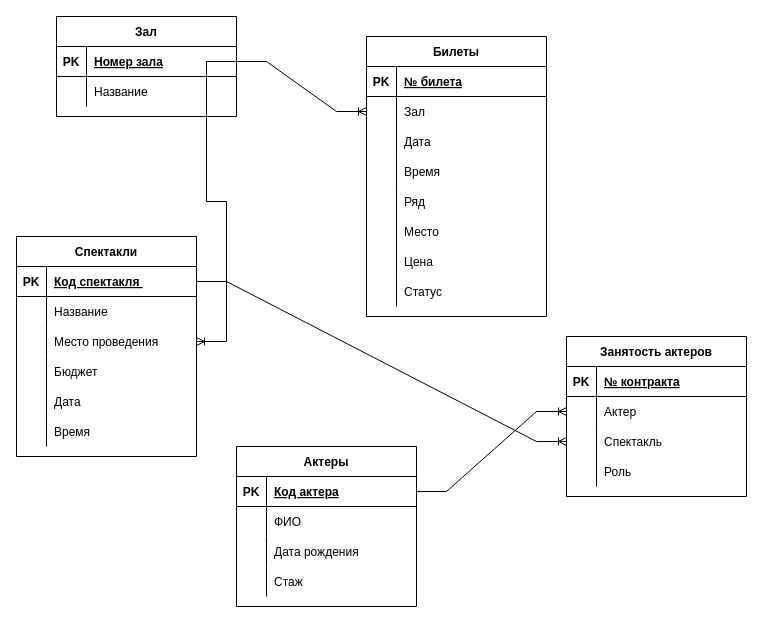
MakarovIS/Data-base keeps this draw.io diagram as page "Страница 1" (1 of 2) of База данных театра.drawio. Above is the earlier version. Source tidied: cells renumbered, new cells numbered last; positions are measured from the earlier drawing's top-left corner, leaving out a move shared by most shapes. Both pictures are drawn from the tidied source at 100%, with x=0, y=0 at pixel (16, 16).
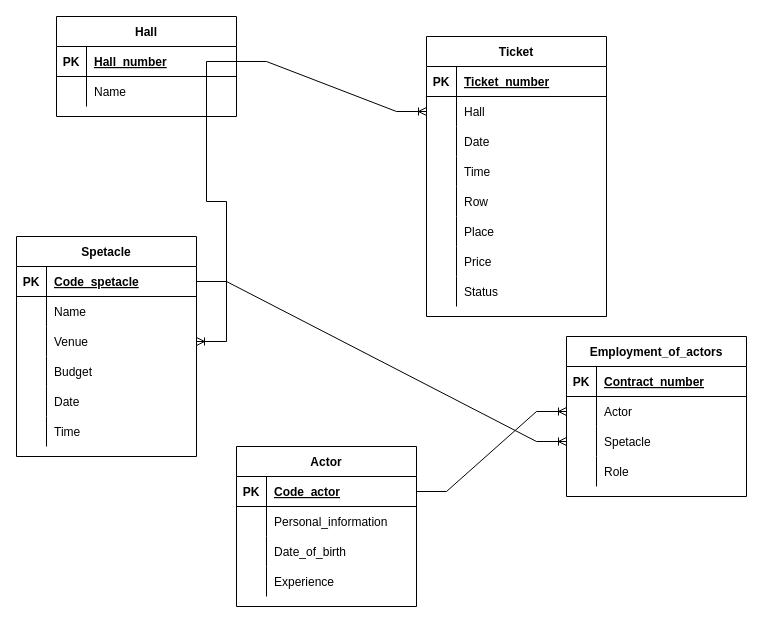
The same page after the edit.

Unchanged cells that the change refers to:
```xml
<mxCell id="3" style="shape=tableRow;horizontal=0;startSize=0;swimlaneHead=0;swimlaneBody=0;fillColor=none;points=[[0,0.5],[1,0.5]];portConstraint=eastwest;top=0;left=0;right=0;bottom=1;" parent="2" vertex="1">
  <mxGeometry y="30" width="180" height="30" as="geometry" />
</mxCell>
<mxCell id="6" style="shape=tableRow;horizontal=0;startSize=0;swimlaneHead=0;swimlaneBody=0;fillColor=none;top=0;left=0;right=0;bottom=0;" parent="2" vertex="1">
  <mxGeometry y="60" width="180" height="30" as="geometry" />
</mxCell>
<mxCell id="9" style="shape=tableRow;horizontal=0;startSize=0;swimlaneHead=0;swimlaneBody=0;fillColor=none;top=0;left=0;right=0;bottom=0;" parent="2" vertex="1">
  <mxGeometry y="90" width="180" height="30" as="geometry" />
</mxCell>
<mxCell id="12" style="shape=tableRow;horizontal=0;startSize=0;swimlaneHead=0;swimlaneBody=0;fillColor=none;top=0;left=0;right=0;bottom=0;" parent="2" vertex="1">
  <mxGeometry y="120" width="180" height="30" as="geometry" />
</mxCell>
<mxCell id="16" style="shape=tableRow;horizontal=0;startSize=0;swimlaneHead=0;swimlaneBody=0;fillColor=none;top=0;left=0;right=0;bottom=1;" parent="15" vertex="1">
  <mxGeometry y="30" width="180" height="30" as="geometry" />
</mxCell>
<mxCell id="19" style="shape=tableRow;horizontal=0;startSize=0;swimlaneHead=0;swimlaneBody=0;fillColor=none;points=[[0,0.5],[1,0.5]];portConstraint=eastwest;top=0;left=0;right=0;bottom=0;" parent="15" vertex="1">
  <mxGeometry y="60" width="180" height="30" as="geometry" />
</mxCell>
<mxCell id="22" style="shape=tableRow;horizontal=0;startSize=0;swimlaneHead=0;swimlaneBody=0;fillColor=none;points=[[0,0.5],[1,0.5]];portConstraint=eastwest;top=0;left=0;right=0;bottom=0;" parent="15" vertex="1">
  <mxGeometry y="90" width="180" height="30" as="geometry" />
</mxCell>
<mxCell id="25" style="shape=tableRow;horizontal=0;startSize=0;swimlaneHead=0;swimlaneBody=0;fillColor=none;top=0;left=0;right=0;bottom=0;" parent="15" vertex="1">
  <mxGeometry y="120" width="180" height="30" as="geometry" />
</mxCell>
<mxCell id="29" style="shape=tableRow;horizontal=0;startSize=0;swimlaneHead=0;swimlaneBody=0;fillColor=none;points=[[0,0.5],[1,0.5]];portConstraint=eastwest;top=0;left=0;right=0;bottom=1;" parent="28" vertex="1">
  <mxGeometry y="30" width="180" height="30" as="geometry" />
</mxCell>
<mxCell id="32" style="shape=tableRow;horizontal=0;startSize=0;swimlaneHead=0;swimlaneBody=0;fillColor=none;top=0;left=0;right=0;bottom=0;" parent="28" vertex="1">
  <mxGeometry y="60" width="180" height="30" as="geometry" />
</mxCell>
<mxCell id="35" style="shape=tableRow;horizontal=0;startSize=0;swimlaneHead=0;swimlaneBody=0;fillColor=none;points=[[0,0.5],[1,0.5]];portConstraint=eastwest;top=0;left=0;right=0;bottom=0;" parent="28" vertex="1">
  <mxGeometry y="90" width="180" height="30" as="geometry" />
</mxCell>
<mxCell id="38" style="shape=tableRow;horizontal=0;startSize=0;swimlaneHead=0;swimlaneBody=0;fillColor=none;top=0;left=0;right=0;bottom=0;" parent="28" vertex="1">
  <mxGeometry y="120" width="180" height="30" as="geometry" />
</mxCell>
<mxCell id="41" style="shape=tableRow;horizontal=0;startSize=0;swimlaneHead=0;swimlaneBody=0;fillColor=none;top=0;left=0;right=0;bottom=0;" parent="28" vertex="1">
  <mxGeometry y="150" width="180" height="30" as="geometry" />
</mxCell>
<mxCell id="44" style="shape=tableRow;horizontal=0;startSize=0;swimlaneHead=0;swimlaneBody=0;fillColor=none;top=0;left=0;right=0;bottom=0;" parent="28" vertex="1">
  <mxGeometry y="180" width="180" height="30" as="geometry" />
</mxCell>
<mxCell id="48" style="shape=tableRow;horizontal=0;startSize=0;swimlaneHead=0;swimlaneBody=0;fillColor=none;top=0;left=0;right=0;bottom=1;" parent="47" vertex="1">
  <mxGeometry y="30" width="180" height="30" as="geometry" />
</mxCell>
<mxCell id="51" style="shape=tableRow;horizontal=0;startSize=0;swimlaneHead=0;swimlaneBody=0;fillColor=none;points=[[0,0.5],[1,0.5]];portConstraint=eastwest;top=0;left=0;right=0;bottom=0;" parent="47" vertex="1">
  <mxGeometry y="60" width="180" height="30" as="geometry" />
</mxCell>
<mxCell id="54" style="shape=tableRow;horizontal=0;startSize=0;swimlaneHead=0;swimlaneBody=0;fillColor=none;top=0;left=0;right=0;bottom=0;" parent="47" vertex="1">
  <mxGeometry y="90" width="180" height="30" as="geometry" />
</mxCell>
<mxCell id="57" style="shape=tableRow;horizontal=0;startSize=0;swimlaneHead=0;swimlaneBody=0;fillColor=none;top=0;left=0;right=0;bottom=0;" parent="47" vertex="1">
  <mxGeometry y="120" width="180" height="30" as="geometry" />
</mxCell>
<mxCell id="60" style="shape=tableRow;horizontal=0;startSize=0;swimlaneHead=0;swimlaneBody=0;fillColor=none;top=0;left=0;right=0;bottom=0;" parent="47" vertex="1">
  <mxGeometry y="150" width="180" height="30" as="geometry" />
</mxCell>
<mxCell id="63" style="shape=tableRow;horizontal=0;startSize=0;swimlaneHead=0;swimlaneBody=0;fillColor=none;top=0;left=0;right=0;bottom=0;" parent="47" vertex="1">
  <mxGeometry y="180" width="180" height="30" as="geometry" />
</mxCell>
<mxCell id="66" style="shape=tableRow;horizontal=0;startSize=0;swimlaneHead=0;swimlaneBody=0;fillColor=none;top=0;left=0;right=0;bottom=0;" parent="47" vertex="1">
  <mxGeometry y="210" width="180" height="30" as="geometry" />
</mxCell>
<mxCell id="69" style="shape=tableRow;horizontal=0;startSize=0;swimlaneHead=0;swimlaneBody=0;fillColor=none;top=0;left=0;right=0;bottom=0;" parent="47" vertex="1">
  <mxGeometry y="240" width="180" height="30" as="geometry" />
</mxCell>
<mxCell id="73" style="shape=tableRow;horizontal=0;startSize=0;swimlaneHead=0;swimlaneBody=0;fillColor=none;points=[[0,0.5],[1,0.5]];portConstraint=eastwest;top=0;left=0;right=0;bottom=1;" parent="72" vertex="1">
  <mxGeometry y="30" width="180" height="30" as="geometry" />
</mxCell>
<mxCell id="76" style="shape=tableRow;horizontal=0;startSize=0;swimlaneHead=0;swimlaneBody=0;fillColor=none;top=0;left=0;right=0;bottom=0;" parent="72" vertex="1">
  <mxGeometry y="60" width="180" height="30" as="geometry" />
</mxCell>
```

Change to the diagram source:
```diff
@@
-    <mxCell id="2" value="Актеры" style="shape=table;startSize=30;childLayout=tableLayout;rowLines=0;fontStyle=1;align=center;" parent="1" vertex="1">
+    <mxCell id="2" value="Actor" style="shape=table;startSize=30;childLayout=tableLayout;rowLines=0;fontStyle=1;align=center;" parent="1" vertex="1">
       <mxGeometry x="220" y="430" width="180" height="160" as="geometry" />
     </mxCell>
@@
-    <mxCell id="5" value="Код актера" style="shape=partialRectangle;fillColor=none;top=0;left=0;bottom=0;right=0;align=left;spacingLeft=6;fontStyle=5;overflow=hidden;" parent="3" vertex="1">
+    <mxCell id="5" value="Code_actor" style="shape=partialRectangle;fillColor=none;top=0;left=0;bottom=0;right=0;align=left;spacingLeft=6;fontStyle=5;overflow=hidden;" parent="3" vertex="1">
       <mxGeometry x="30" width="150" height="30" as="geometry" />
     </mxCell>
@@
-    <mxCell id="8" value="ФИО" style="shape=partialRectangle;fillColor=none;top=0;left=0;bottom=0;right=0;align=left;spacingLeft=6;overflow=hidden;" parent="6" vertex="1">
+    <mxCell id="8" value="Personal_information" style="shape=partialRectangle;fillColor=none;top=0;left=0;bottom=0;right=0;align=left;spacingLeft=6;overflow=hidden;" parent="6" vertex="1">
       <mxGeometry x="30" width="150" height="30" as="geometry" />
     </mxCell>
@@
-    <mxCell id="11" value="Дата рождения" style="shape=partialRectangle;fillColor=none;top=0;left=0;bottom=0;right=0;align=left;spacingLeft=6;overflow=hidden;" parent="9" vertex="1">
+    <mxCell id="11" value="Date_of_birth" style="shape=partialRectangle;fillColor=none;top=0;left=0;bottom=0;right=0;align=left;spacingLeft=6;overflow=hidden;" parent="9" vertex="1">
       <mxGeometry x="30" width="150" height="30" as="geometry" />
     </mxCell>
@@
-    <mxCell id="14" value="Стаж" style="shape=partialRectangle;fillColor=none;top=0;left=0;bottom=0;right=0;align=left;spacingLeft=6;overflow=hidden;" parent="12" vertex="1">
+    <mxCell id="14" value="Experience" style="shape=partialRectangle;fillColor=none;top=0;left=0;bottom=0;right=0;align=left;spacingLeft=6;overflow=hidden;" parent="12" vertex="1">
       <mxGeometry x="30" width="150" height="30" as="geometry" />
     </mxCell>
-    <mxCell id="15" value="Занятость актеров" style="shape=table;startSize=30;childLayout=tableLayout;rowLines=0;fontStyle=1;align=center;" parent="1" vertex="1">
+    <mxCell id="15" value="Employment_of_actors" style="shape=table;startSize=30;childLayout=tableLayout;rowLines=0;fontStyle=1;align=center;" parent="1" vertex="1">
       <mxGeometry x="550" y="320" width="180" height="160" as="geometry" />
     </mxCell>
@@
-    <mxCell id="18" value="№ контракта" style="shape=partialRectangle;fillColor=none;top=0;left=0;bottom=0;right=0;align=left;spacingLeft=6;fontStyle=5;overflow=hidden;" parent="16" vertex="1">
+    <mxCell id="18" value="Contract_number" style="shape=partialRectangle;fillColor=none;top=0;left=0;bottom=0;right=0;align=left;spacingLeft=6;fontStyle=5;overflow=hidden;" parent="16" vertex="1">
       <mxGeometry x="30" width="150" height="30" as="geometry" />
     </mxCell>
@@
-    <mxCell id="21" value="Актер" style="shape=partialRectangle;fillColor=none;top=0;left=0;bottom=0;right=0;align=left;spacingLeft=6;overflow=hidden;" parent="19" vertex="1">
+    <mxCell id="21" value="Actor" style="shape=partialRectangle;fillColor=none;top=0;left=0;bottom=0;right=0;align=left;spacingLeft=6;overflow=hidden;" parent="19" vertex="1">
       <mxGeometry x="30" width="150" height="30" as="geometry" />
     </mxCell>
@@
-    <mxCell id="24" value="Спектакль" style="shape=partialRectangle;fillColor=none;top=0;left=0;bottom=0;right=0;align=left;spacingLeft=6;overflow=hidden;" parent="22" vertex="1">
+    <mxCell id="24" value="Spetacle" style="shape=partialRectangle;fillColor=none;top=0;left=0;bottom=0;right=0;align=left;spacingLeft=6;overflow=hidden;" parent="22" vertex="1">
       <mxGeometry x="30" width="150" height="30" as="geometry" />
     </mxCell>
@@
-    <mxCell id="27" value="Роль" style="shape=partialRectangle;fillColor=none;top=0;left=0;bottom=0;right=0;align=left;spacingLeft=6;overflow=hidden;" parent="25" vertex="1">
+    <mxCell id="27" value="Role" style="shape=partialRectangle;fillColor=none;top=0;left=0;bottom=0;right=0;align=left;spacingLeft=6;overflow=hidden;" parent="25" vertex="1">
       <mxGeometry x="30" width="150" height="30" as="geometry" />
     </mxCell>
-    <mxCell id="28" value="Спектакли" style="shape=table;startSize=30;childLayout=tableLayout;rowLines=0;fontStyle=1;align=center;" parent="1" vertex="1">
+    <mxCell id="28" value="Spetacle" style="shape=table;startSize=30;childLayout=tableLayout;rowLines=0;fontStyle=1;align=center;" parent="1" vertex="1">
       <mxGeometry y="220" width="180" height="220" as="geometry" />
     </mxCell>
@@
-    <mxCell id="31" value="Код спектакля " style="shape=partialRectangle;fillColor=none;top=0;left=0;bottom=0;right=0;align=left;spacingLeft=6;fontStyle=5;overflow=hidden;" parent="29" vertex="1">
+    <mxCell id="31" value="Code_spetacle" style="shape=partialRectangle;fillColor=none;top=0;left=0;bottom=0;right=0;align=left;spacingLeft=6;fontStyle=5;overflow=hidden;" parent="29" vertex="1">
       <mxGeometry x="30" width="150" height="30" as="geometry" />
     </mxCell>
@@
-    <mxCell id="34" value="Название" style="shape=partialRectangle;fillColor=none;top=0;left=0;bottom=0;right=0;align=left;spacingLeft=6;overflow=hidden;" parent="32" vertex="1">
+    <mxCell id="34" value="Name" style="shape=partialRectangle;fillColor=none;top=0;left=0;bottom=0;right=0;align=left;spacingLeft=6;overflow=hidden;" parent="32" vertex="1">
       <mxGeometry x="30" width="150" height="30" as="geometry" />
     </mxCell>
@@
-    <mxCell id="37" value="Место проведения" style="shape=partialRectangle;fillColor=none;top=0;left=0;bottom=0;right=0;align=left;spacingLeft=6;overflow=hidden;" parent="35" vertex="1">
+    <mxCell id="37" value="Venue" style="shape=partialRectangle;fillColor=none;top=0;left=0;bottom=0;right=0;align=left;spacingLeft=6;overflow=hidden;" parent="35" vertex="1">
       <mxGeometry x="30" width="150" height="30" as="geometry" />
     </mxCell>
@@
-    <mxCell id="40" value="Бюджет" style="shape=partialRectangle;fillColor=none;top=0;left=0;bottom=0;right=0;align=left;spacingLeft=6;overflow=hidden;" parent="38" vertex="1">
+    <mxCell id="40" value="Budget" style="shape=partialRectangle;fillColor=none;top=0;left=0;bottom=0;right=0;align=left;spacingLeft=6;overflow=hidden;" parent="38" vertex="1">
       <mxGeometry x="30" width="150" height="30" as="geometry" />
     </mxCell>
@@
-    <mxCell id="43" value="Дата" style="shape=partialRectangle;fillColor=none;top=0;left=0;bottom=0;right=0;align=left;spacingLeft=6;overflow=hidden;" parent="41" vertex="1">
+    <mxCell id="43" value="Date" style="shape=partialRectangle;fillColor=none;top=0;left=0;bottom=0;right=0;align=left;spacingLeft=6;overflow=hidden;" parent="41" vertex="1">
       <mxGeometry x="30" width="150" height="30" as="geometry" />
     </mxCell>
@@
-    <mxCell id="46" value="Время" style="shape=partialRectangle;fillColor=none;top=0;left=0;bottom=0;right=0;align=left;spacingLeft=6;overflow=hidden;" parent="44" vertex="1">
+    <mxCell id="46" value="Time" style="shape=partialRectangle;fillColor=none;top=0;left=0;bottom=0;right=0;align=left;spacingLeft=6;overflow=hidden;" parent="44" vertex="1">
       <mxGeometry x="30" width="150" height="30" as="geometry" />
     </mxCell>
-    <mxCell id="47" value="Билеты" style="shape=table;startSize=30;childLayout=tableLayout;rowLines=0;fontStyle=1;align=center;" parent="1" vertex="1">
-      <mxGeometry x="350" y="20" width="180" height="280" as="geometry" />
+    <mxCell id="47" value="Ticket" style="shape=table;startSize=30;childLayout=tableLayout;rowLines=0;fontStyle=1;align=center;" parent="1" vertex="1">
+      <mxGeometry x="410" y="20" width="180" height="280" as="geometry" />
     </mxCell>
@@
-    <mxCell id="50" value="№ билета" style="shape=partialRectangle;fillColor=none;top=0;left=0;bottom=0;right=0;align=left;spacingLeft=6;fontStyle=5;overflow=hidden;" parent="48" vertex="1">
+    <mxCell id="50" value="Ticket_number" style="shape=partialRectangle;fillColor=none;top=0;left=0;bottom=0;right=0;align=left;spacingLeft=6;fontStyle=5;overflow=hidden;" parent="48" vertex="1">
       <mxGeometry x="30" width="150" height="30" as="geometry" />
     </mxCell>
@@
-    <mxCell id="53" value="Зал" style="shape=partialRectangle;fillColor=none;top=0;left=0;bottom=0;right=0;align=left;spacingLeft=6;overflow=hidden;" parent="51" vertex="1">
+    <mxCell id="53" value="Hall" style="shape=partialRectangle;fillColor=none;top=0;left=0;bottom=0;right=0;align=left;spacingLeft=6;overflow=hidden;" parent="51" vertex="1">
       <mxGeometry x="30" width="150" height="30" as="geometry" />
     </mxCell>
@@
-    <mxCell id="56" value="Дата" style="shape=partialRectangle;fillColor=none;top=0;left=0;bottom=0;right=0;align=left;spacingLeft=6;overflow=hidden;" parent="54" vertex="1">
+    <mxCell id="56" value="Date" style="shape=partialRectangle;fillColor=none;top=0;left=0;bottom=0;right=0;align=left;spacingLeft=6;overflow=hidden;" parent="54" vertex="1">
       <mxGeometry x="30" width="150" height="30" as="geometry" />
     </mxCell>
@@
-    <mxCell id="59" value="Время" style="shape=partialRectangle;fillColor=none;top=0;left=0;bottom=0;right=0;align=left;spacingLeft=6;overflow=hidden;" parent="57" vertex="1">
+    <mxCell id="59" value="Time" style="shape=partialRectangle;fillColor=none;top=0;left=0;bottom=0;right=0;align=left;spacingLeft=6;overflow=hidden;" parent="57" vertex="1">
       <mxGeometry x="30" width="150" height="30" as="geometry" />
     </mxCell>
@@
-    <mxCell id="62" value="Ряд" style="shape=partialRectangle;fillColor=none;top=0;left=0;bottom=0;right=0;align=left;spacingLeft=6;overflow=hidden;" parent="60" vertex="1">
+    <mxCell id="62" value="Row" style="shape=partialRectangle;fillColor=none;top=0;left=0;bottom=0;right=0;align=left;spacingLeft=6;overflow=hidden;" parent="60" vertex="1">
       <mxGeometry x="30" width="150" height="30" as="geometry" />
     </mxCell>
@@
-    <mxCell id="65" value="Место" style="shape=partialRectangle;fillColor=none;top=0;left=0;bottom=0;right=0;align=left;spacingLeft=6;overflow=hidden;" parent="63" vertex="1">
+    <mxCell id="65" value="Place" style="shape=partialRectangle;fillColor=none;top=0;left=0;bottom=0;right=0;align=left;spacingLeft=6;overflow=hidden;" parent="63" vertex="1">
       <mxGeometry x="30" width="150" height="30" as="geometry" />
     </mxCell>
@@
-    <mxCell id="68" value="Цена" style="shape=partialRectangle;fillColor=none;top=0;left=0;bottom=0;right=0;align=left;spacingLeft=6;overflow=hidden;" parent="66" vertex="1">
+    <mxCell id="68" value="Price" style="shape=partialRectangle;fillColor=none;top=0;left=0;bottom=0;right=0;align=left;spacingLeft=6;overflow=hidden;" parent="66" vertex="1">
       <mxGeometry x="30" width="150" height="30" as="geometry" />
     </mxCell>
@@
-    <mxCell id="71" value="Статус" style="shape=partialRectangle;fillColor=none;top=0;left=0;bottom=0;right=0;align=left;spacingLeft=6;overflow=hidden;" parent="69" vertex="1">
+    <mxCell id="71" value="Status" style="shape=partialRectangle;fillColor=none;top=0;left=0;bottom=0;right=0;align=left;spacingLeft=6;overflow=hidden;" parent="69" vertex="1">
       <mxGeometry x="30" width="150" height="30" as="geometry" />
     </mxCell>
-    <mxCell id="72" value="Зал" style="shape=table;startSize=30;childLayout=tableLayout;rowLines=0;fontStyle=1;align=center;" parent="1" vertex="1">
+    <mxCell id="72" value="Hall" style="shape=table;startSize=30;childLayout=tableLayout;rowLines=0;fontStyle=1;align=center;" parent="1" vertex="1">
       <mxGeometry x="40" width="180" height="100" as="geometry" />
     </mxCell>
@@
-    <mxCell id="75" value="Номер зала" style="shape=partialRectangle;fillColor=none;top=0;left=0;bottom=0;right=0;align=left;spacingLeft=6;fontStyle=5;overflow=hidden;" parent="73" vertex="1">
+    <mxCell id="75" value="Hall_number" style="shape=partialRectangle;fillColor=none;top=0;left=0;bottom=0;right=0;align=left;spacingLeft=6;fontStyle=5;overflow=hidden;" parent="73" vertex="1">
       <mxGeometry x="30" width="150" height="30" as="geometry" />
     </mxCell>
@@
-    <mxCell id="78" value="Название" style="shape=partialRectangle;fillColor=none;top=0;left=0;bottom=0;right=0;align=left;spacingLeft=6;overflow=hidden;" parent="76" vertex="1">
+    <mxCell id="78" value="Name" style="shape=partialRectangle;fillColor=none;top=0;left=0;bottom=0;right=0;align=left;spacingLeft=6;overflow=hidden;" parent="76" vertex="1">
       <mxGeometry x="30" width="150" height="30" as="geometry" />
     </mxCell>
```
